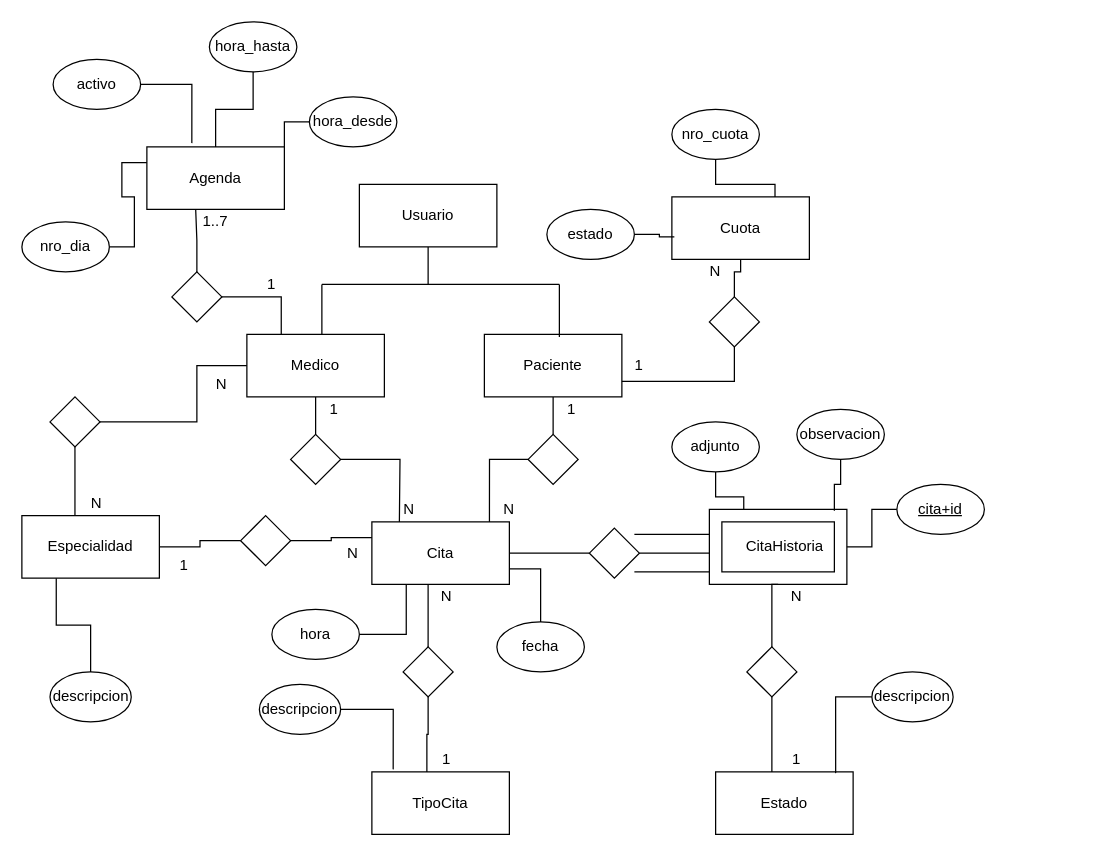
Earlier version of the draw.io diagram src/main/resources/DER_Taller1.drawio (EquipoTaller1/proyectoCursadaTaller1Unlam). Source tidied: cells renumbered, new cells numbered last; positions are measured from the earlier drawing's top-left corner, leaving out a move shared by most shapes. Both pictures are drawn from the tidied source at 125%, with x=0, y=0 at pixel (21, 21).
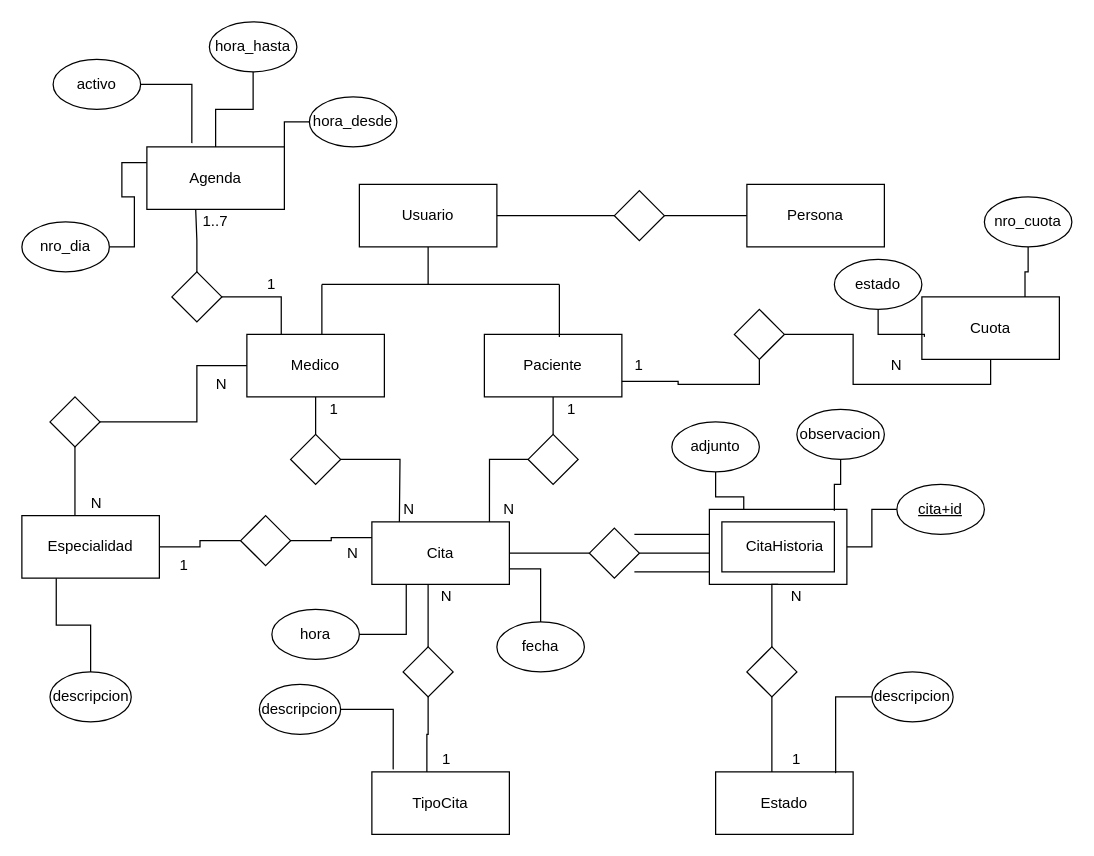
After the change.

Unchanged cells that the change refers to:
```xml
<mxCell id="2" value="Usuario" style="rounded=0;whiteSpace=wrap;html=1;" parent="1" vertex="1">
  <mxGeometry x="270" y="130" width="110" height="50" as="geometry" />
</mxCell>
```

Change to the diagram source:
```diff
@@
     <mxCell id="35" value="Cuota" style="rounded=0;whiteSpace=wrap;html=1;" parent="1" vertex="1">
-      <mxGeometry x="520" y="140" width="110" height="50" as="geometry" />
+      <mxGeometry x="720" y="220" width="110" height="50" as="geometry" />
     </mxCell>
@@
     <mxCell id="38" style="rhombus;whiteSpace=wrap;html=1;" parent="1" vertex="1">
-      <mxGeometry x="550" y="220" width="40" height="40" as="geometry" />
+      <mxGeometry x="570" y="230" width="40" height="40" as="geometry" />
     </mxCell>
@@
     <mxCell id="79" value="N" style="text;html=1;strokeColor=none;fillColor=none;align=center;verticalAlign=middle;whiteSpace=wrap;rounded=0;" parent="1" vertex="1">
-      <mxGeometry x="535" y="190" width="40" height="20" as="geometry" />
+      <mxGeometry x="680" y="265" width="40" height="20" as="geometry" />
     </mxCell>
@@
     <mxCell id="87" value="estado" style="ellipse;whiteSpace=wrap;html=1;" parent="1" vertex="1">
-      <mxGeometry x="420" y="150" width="70" height="40" as="geometry" />
+      <mxGeometry x="650" y="190" width="70" height="40" as="geometry" />
     </mxCell>
@@
     <mxCell id="89" value="nro_cuota" style="ellipse;whiteSpace=wrap;html=1;" parent="1" vertex="1">
-      <mxGeometry x="520" y="70" width="70" height="40" as="geometry" />
+      <mxGeometry x="770" y="140" width="70" height="40" as="geometry" />
     </mxCell>
+    <mxCell id="90" style="edgeStyle=orthogonalEdgeStyle;rounded=0;jettySize=auto;html=1;entryX=1;entryY=0.5;entryDx=0;entryDy=0;startArrow=none;startFill=0;endArrow=none;endFill=0;" parent="1" edge="1" source="92" target="2">
+      <mxGeometry relative="1" as="geometry" />
+    </mxCell>
+    <mxCell id="91" style="edgeStyle=orthogonalEdgeStyle;rounded=0;jettySize=auto;html=1;entryX=0;entryY=0.5;entryDx=0;entryDy=0;endArrow=none;endFill=0;" parent="1" edge="1" source="92" target="93">
+      <mxGeometry relative="1" as="geometry" />
+    </mxCell>
+    <mxCell id="92" style="rhombus;whiteSpace=wrap;html=1;" parent="1" vertex="1">
+      <mxGeometry x="474" y="135" width="40" height="40" as="geometry" />
+    </mxCell>
+    <mxCell id="93" value="Persona" style="rounded=0;whiteSpace=wrap;html=1;" parent="1" vertex="1">
+      <mxGeometry x="580" y="130" width="110" height="50" as="geometry" />
+    </mxCell>
```
